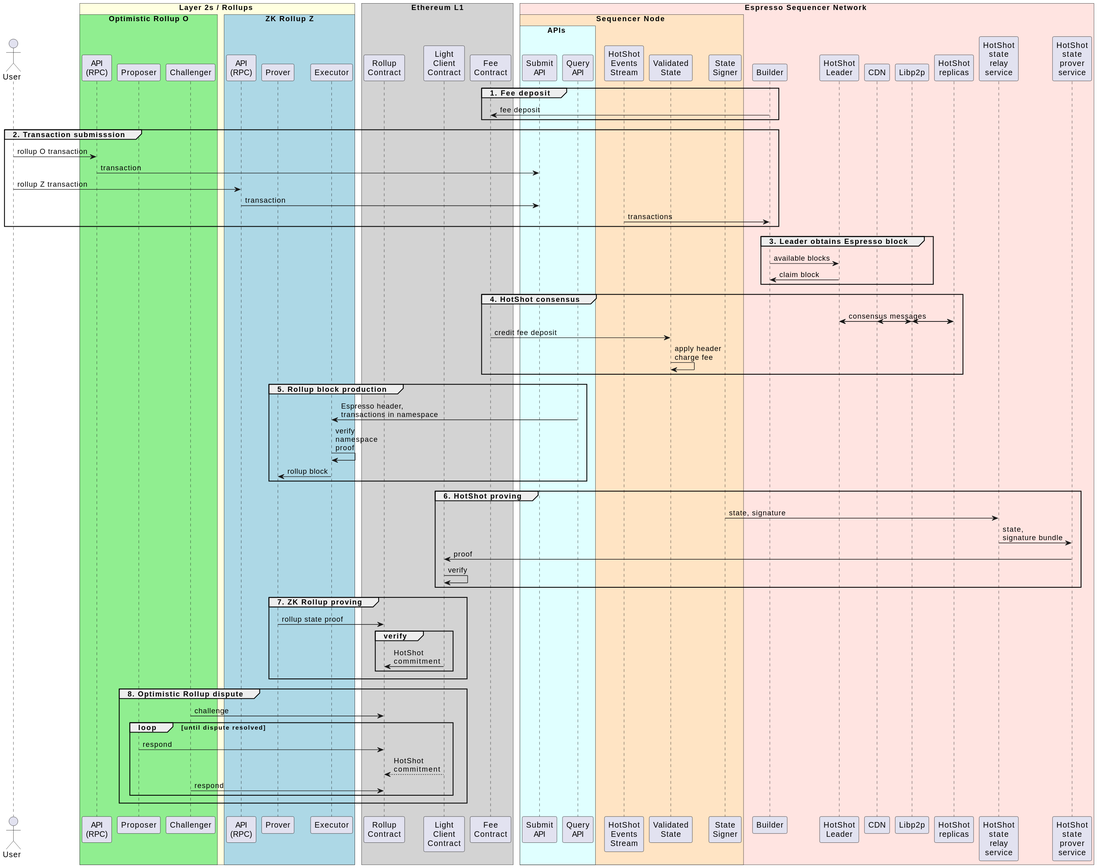
Before: doc/sequence-diagram.svg, a diagram exported from PlantUML (EspressoSystems/espresso-sequencer).
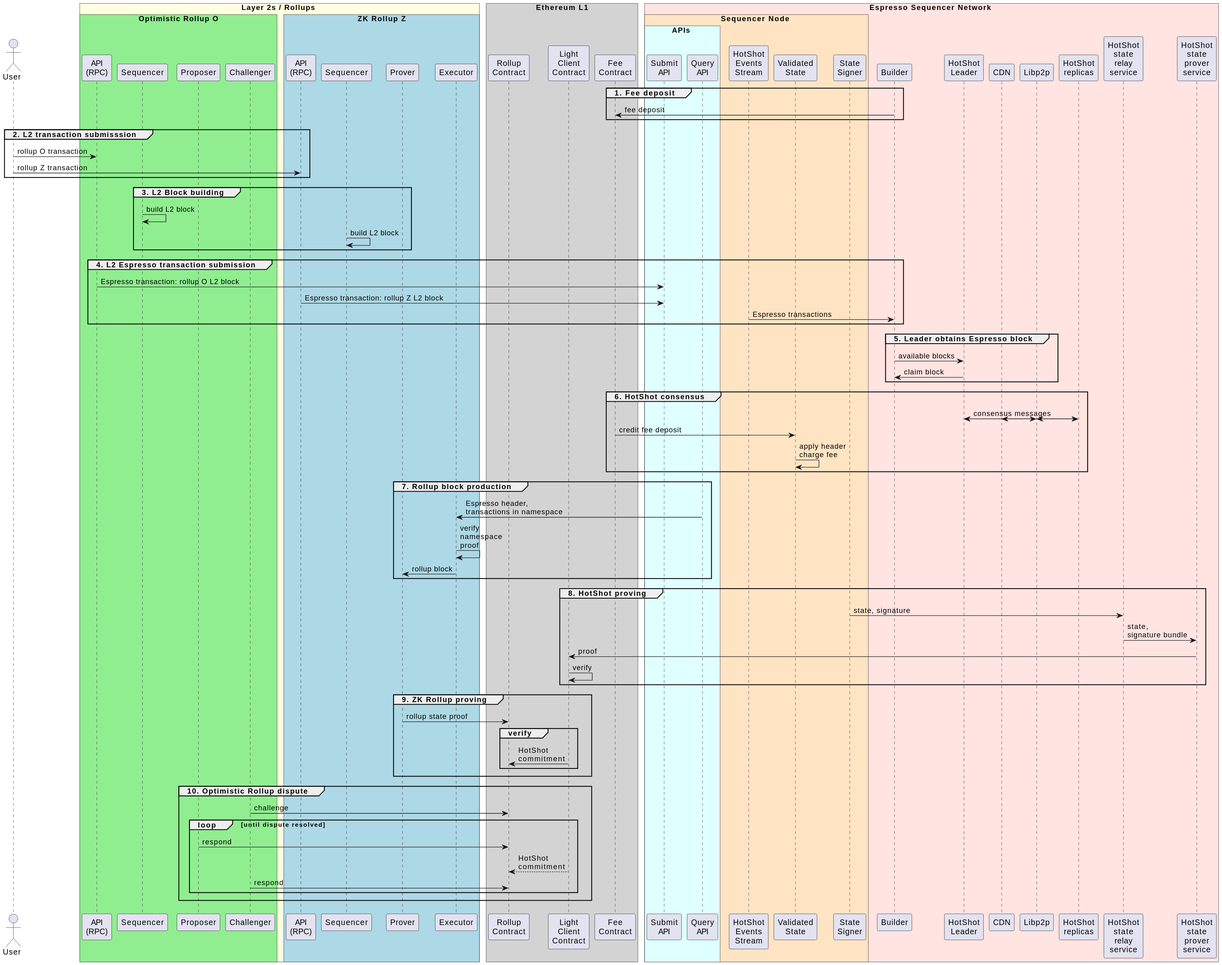
The same file after the commit.

Change to the diagram source:
```diff
@@ -5,11 +5,13 @@
 box Layer 2s / Rollups #LightYellow
     box "Optimistic Rollup O" #LightGreen
         participant "API\n(RPC)" as orrpc
+        participant Sequencer as orseq
         participant Proposer
         participant Challenger
     end box
     box "ZK Rollup Z" #LightBlue
         participant "API\n(RPC)" as zkrpc
+        participant Sequencer as zkseq
         participant "Prover" as rprover
         participant "Executor" as executor
     end box
@@ -45,20 +47,28 @@
     Builder -> fee: fee deposit
 end group
 
-group 2. Transaction submisssion
+group 2. L2 transaction submisssion
     User -> orrpc: rollup O transaction
-    orrpc -> submit: transaction
     User -> zkrpc: rollup Z transaction
-    zkrpc -> submit: transaction
-    events -> Builder: transactions
 end group
 
-group 3. Leader obtains Espresso block
+group 3. L2 Block building
+    orseq -> orseq: build L2 block
+    zkseq -> zkseq: build L2 block
+end group
+
+group 4. L2 Espresso transaction submission
+    orrpc -> submit: Espresso transaction: rollup O L2 block
+    zkrpc -> submit: Espresso transaction: rollup Z L2 block
+    events -> Builder: Espresso transactions
+end group
+
+group 5. Leader obtains Espresso block
     Builder -> leader: available blocks
     leader -> Builder: claim block
 end group
 
-group 4. HotShot consensus
+group 6. HotShot consensus
     leader <-> replicas: consensus messages
     & leader <-> Libp2p:
     & Libp2p <-> replicas:
@@ -67,27 +77,27 @@
     ValidatedState -> ValidatedState: apply header\ncharge fee
 end group
 
-group 5. Rollup block production
+group 7. Rollup block production
     query -> executor: Espresso header,\ntransactions in namespace
     executor -> executor: verify\nnamespace\nproof
     executor -> rprover: rollup block
 end group
 
-group 6. HotShot proving
+group 8. HotShot proving
     signer -> relay: state, signature
     relay -> prover: state,\nsignature bundle
     prover -> "Light\nClient\nContract" as LC: proof
     LC -> LC: verify
 end group
 
-group 7. ZK Rollup proving
+group 9. ZK Rollup proving
     rprover -> RC: rollup state proof
     group verify
         LC -> "Rollup\nContract" as RC: HotShot\ncommitment
     end group
 end group
 
-group 8. Optimistic Rollup dispute
+group 10. Optimistic Rollup dispute
     Challenger -> RC: challenge
     loop until dispute resolved
     Proposer -> RC: respond
```
